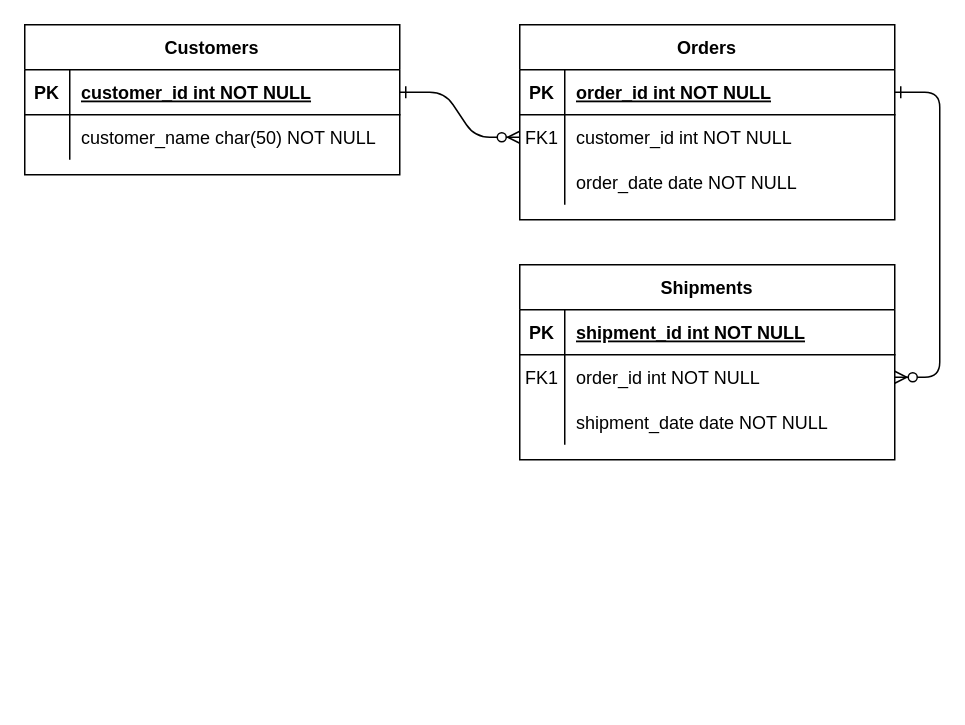
Earlier version of the draw.io diagram Untitled Diagram.drawio (staten-island-tech/supabase-tcg-pokepocket). Source tidied: cells renumbered, new cells numbered last; positions are measured from the earlier drawing's top-left corner, leaving out a move shared by most shapes. Both pictures are drawn from the tidied source at 150%, with x=0, y=0 at pixel (24, 24).
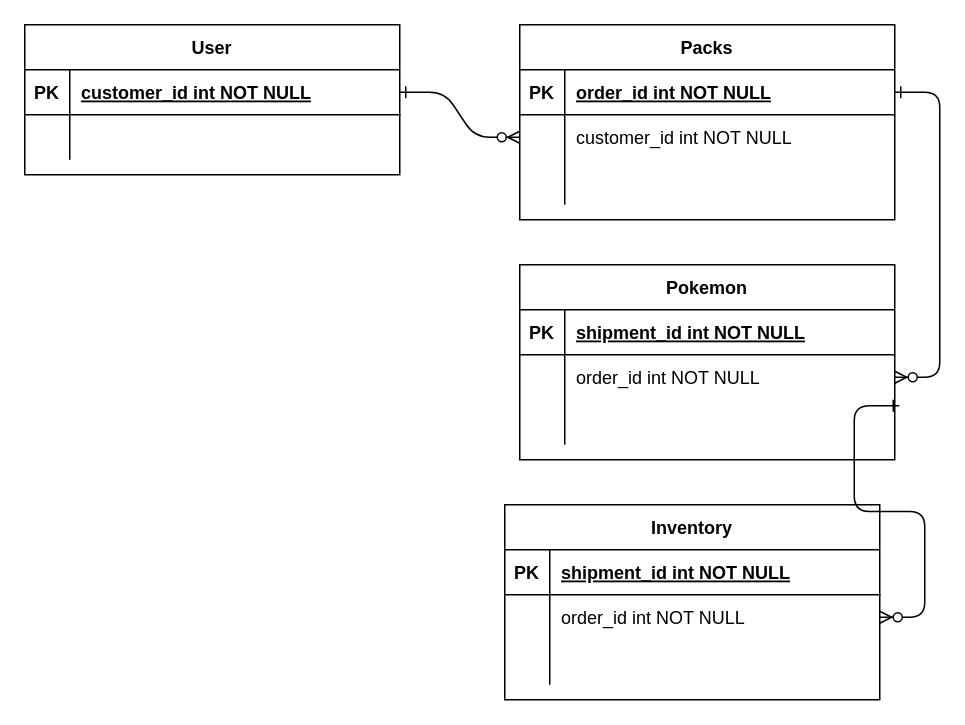
The same diagram, later.

Unchanged cells that the change refers to:
```xml
<mxCell id="8" style="shape=partialRectangle;fillColor=none;points=[[0,0.5],[1,0.5]];portConstraint=eastwest;top=0;left=0;right=0;bottom=0;" parent="4" vertex="1">
  <mxGeometry y="60" width="250" height="30" as="geometry" />
</mxCell>
<mxCell id="11" style="shape=partialRectangle;fillColor=none;top=0;left=0;right=0;bottom=0;" parent="4" vertex="1">
  <mxGeometry y="90" width="250" height="30" as="geometry" />
</mxCell>
<mxCell id="18" style="shape=partialRectangle;fillColor=none;points=[[0,0.5],[1,0.5]];portConstraint=eastwest;top=0;left=0;right=0;bottom=0;" parent="14" vertex="1">
  <mxGeometry y="60" width="250" height="30" as="geometry" />
</mxCell>
<mxCell id="21" style="shape=partialRectangle;fillColor=none;points=[[0,0.5],[1,0.5]];portConstraint=eastwest;top=0;left=0;right=0;bottom=0;" parent="14" vertex="1">
  <mxGeometry y="90" width="250" height="30" as="geometry" />
</mxCell>
<mxCell id="28" style="shape=partialRectangle;fillColor=none;top=0;left=0;right=0;bottom=0;" parent="24" vertex="1">
  <mxGeometry y="60" width="250" height="30" as="geometry" />
</mxCell>
```

Change to the diagram source:
```diff
@@
-    <mxCell id="4" value="Orders" style="shape=table;startSize=30;childLayout=tableLayout;rowLines=0;fontStyle=1;align=center;" parent="1" vertex="1">
+    <mxCell id="4" value="Packs" style="shape=table;startSize=30;childLayout=tableLayout;rowLines=0;fontStyle=1;align=center;" parent="1" vertex="1">
       <mxGeometry x="330" width="250" height="130" as="geometry" />
     </mxCell>
@@
-    <mxCell id="9" value="FK1" style="shape=partialRectangle;overflow=hidden;fillColor=none;top=0;left=0;bottom=0;right=0;" parent="8" vertex="1">
+    <mxCell id="9" style="shape=partialRectangle;overflow=hidden;fillColor=none;top=0;left=0;bottom=0;right=0;" parent="8" vertex="1">
       <mxGeometry width="30" height="30" as="geometry" />
     </mxCell>
@@
-    <mxCell id="13" value="order_date date NOT NULL" style="shape=partialRectangle;overflow=hidden;fillColor=none;top=0;left=0;bottom=0;right=0;align=left;spacingLeft=6;" parent="11" vertex="1">
+    <mxCell id="13" style="shape=partialRectangle;overflow=hidden;fillColor=none;top=0;left=0;bottom=0;right=0;align=left;spacingLeft=6;" parent="11" vertex="1">
       <mxGeometry x="30" width="220" height="30" as="geometry" />
     </mxCell>
-    <mxCell id="14" value="Shipments" style="shape=table;startSize=30;childLayout=tableLayout;rowLines=0;fontStyle=1;align=center;" parent="1" vertex="1">
+    <mxCell id="14" value="Pokemon" style="shape=table;startSize=30;childLayout=tableLayout;rowLines=0;fontStyle=1;align=center;" parent="1" vertex="1">
       <mxGeometry x="330" y="160" width="250" height="130" as="geometry" />
     </mxCell>
@@
-    <mxCell id="19" value="FK1" style="shape=partialRectangle;overflow=hidden;fillColor=none;top=0;left=0;bottom=0;right=0;" parent="18" vertex="1">
+    <mxCell id="19" style="shape=partialRectangle;overflow=hidden;fillColor=none;top=0;left=0;bottom=0;right=0;" parent="18" vertex="1">
       <mxGeometry width="30" height="30" as="geometry" />
     </mxCell>
@@
-    <mxCell id="23" value="shipment_date date NOT NULL" style="shape=partialRectangle;overflow=hidden;fillColor=none;top=0;left=0;bottom=0;right=0;align=left;spacingLeft=6;" parent="21" vertex="1">
+    <mxCell id="23" style="shape=partialRectangle;overflow=hidden;fillColor=none;top=0;left=0;bottom=0;right=0;align=left;spacingLeft=6;" parent="21" vertex="1">
       <mxGeometry x="30" width="220" height="30" as="geometry" />
     </mxCell>
-    <mxCell id="24" value="Customers" style="shape=table;startSize=30;childLayout=tableLayout;rowLines=0;fontStyle=1;align=center;" parent="1" vertex="1">
+    <mxCell id="24" value="User" style="shape=table;startSize=30;childLayout=tableLayout;rowLines=0;fontStyle=1;align=center;" parent="1" vertex="1">
       <mxGeometry width="250" height="100" as="geometry" />
     </mxCell>
@@
-    <mxCell id="30" value="customer_name char(50) NOT NULL" style="shape=partialRectangle;overflow=hidden;fillColor=none;top=0;left=0;bottom=0;right=0;align=left;spacingLeft=6;" parent="28" vertex="1">
+    <mxCell id="30" style="shape=partialRectangle;overflow=hidden;fillColor=none;top=0;left=0;bottom=0;right=0;align=left;spacingLeft=6;" parent="28" vertex="1">
       <mxGeometry x="30" width="220" height="30" as="geometry" />
     </mxCell>
+    <mxCell id="31" value="Inventory" style="shape=table;startSize=30;childLayout=tableLayout;rowLines=0;fontStyle=1;align=center;" parent="1" vertex="1">
+      <mxGeometry x="320" y="320" width="250" height="130" as="geometry" />
+    </mxCell>
+    <mxCell id="32" style="shape=partialRectangle;fillColor=none;top=0;left=0;right=0;bottom=1;" parent="31" vertex="1">
+      <mxGeometry y="30" width="250" height="30" as="geometry" />
+    </mxCell>
+    <mxCell id="33" value="PK" style="shape=partialRectangle;overflow=hidden;fillColor=none;top=0;left=0;bottom=0;right=0;fontStyle=1;" parent="32" vertex="1">
+      <mxGeometry width="30" height="30" as="geometry" />
+    </mxCell>
+    <mxCell id="34" value="shipment_id int NOT NULL " style="shape=partialRectangle;overflow=hidden;fillColor=none;top=0;left=0;bottom=0;right=0;align=left;spacingLeft=6;fontStyle=5;" parent="32" vertex="1">
+      <mxGeometry x="30" width="220" height="30" as="geometry" />
+    </mxCell>
+    <mxCell id="35" style="shape=partialRectangle;fillColor=none;points=[[0,0.5],[1,0.5]];portConstraint=eastwest;top=0;left=0;right=0;bottom=0;" parent="31" vertex="1">
+      <mxGeometry y="60" width="250" height="30" as="geometry" />
+    </mxCell>
+    <mxCell id="36" style="shape=partialRectangle;overflow=hidden;fillColor=none;top=0;left=0;bottom=0;right=0;" parent="35" vertex="1">
+      <mxGeometry width="30" height="30" as="geometry" />
+    </mxCell>
+    <mxCell id="37" value="order_id int NOT NULL" style="shape=partialRectangle;overflow=hidden;fillColor=none;top=0;left=0;bottom=0;right=0;align=left;spacingLeft=6;" parent="35" vertex="1">
+      <mxGeometry x="30" width="220" height="30" as="geometry" />
+    </mxCell>
+    <mxCell id="38" style="shape=partialRectangle;fillColor=none;top=0;left=0;right=0;bottom=0;" parent="31" vertex="1">
+      <mxGeometry y="90" width="250" height="30" as="geometry" />
+    </mxCell>
+    <mxCell id="39" style="shape=partialRectangle;overflow=hidden;fillColor=none;top=0;left=0;bottom=0;right=0;" parent="38" vertex="1">
+      <mxGeometry width="30" height="30" as="geometry" />
+    </mxCell>
+    <mxCell id="40" style="shape=partialRectangle;overflow=hidden;fillColor=none;top=0;left=0;bottom=0;right=0;align=left;spacingLeft=6;" parent="38" vertex="1">
+      <mxGeometry x="30" width="220" height="30" as="geometry" />
+    </mxCell>
+    <mxCell id="41" style="edgeStyle=entityRelationEdgeStyle;endArrow=ERzeroToMany;startArrow=ERone;endFill=1;startFill=0;exitX=1.012;exitY=0.133;exitDx=0;exitDy=0;exitPerimeter=0;entryX=1;entryY=0.5;entryDx=0;entryDy=0;" parent="1" edge="1" source="21" target="35">
+      <mxGeometry relative="1" as="geometry">
+        <Array as="points">
+          <mxPoint x="520" y="600" />
+          <mxPoint x="670" y="305" />
+          <mxPoint x="700" y="345" />
+          <mxPoint x="700" y="435" />
+          <mxPoint x="680" y="485" />
+        </Array>
+      </mxGeometry>
+    </mxCell>
```
